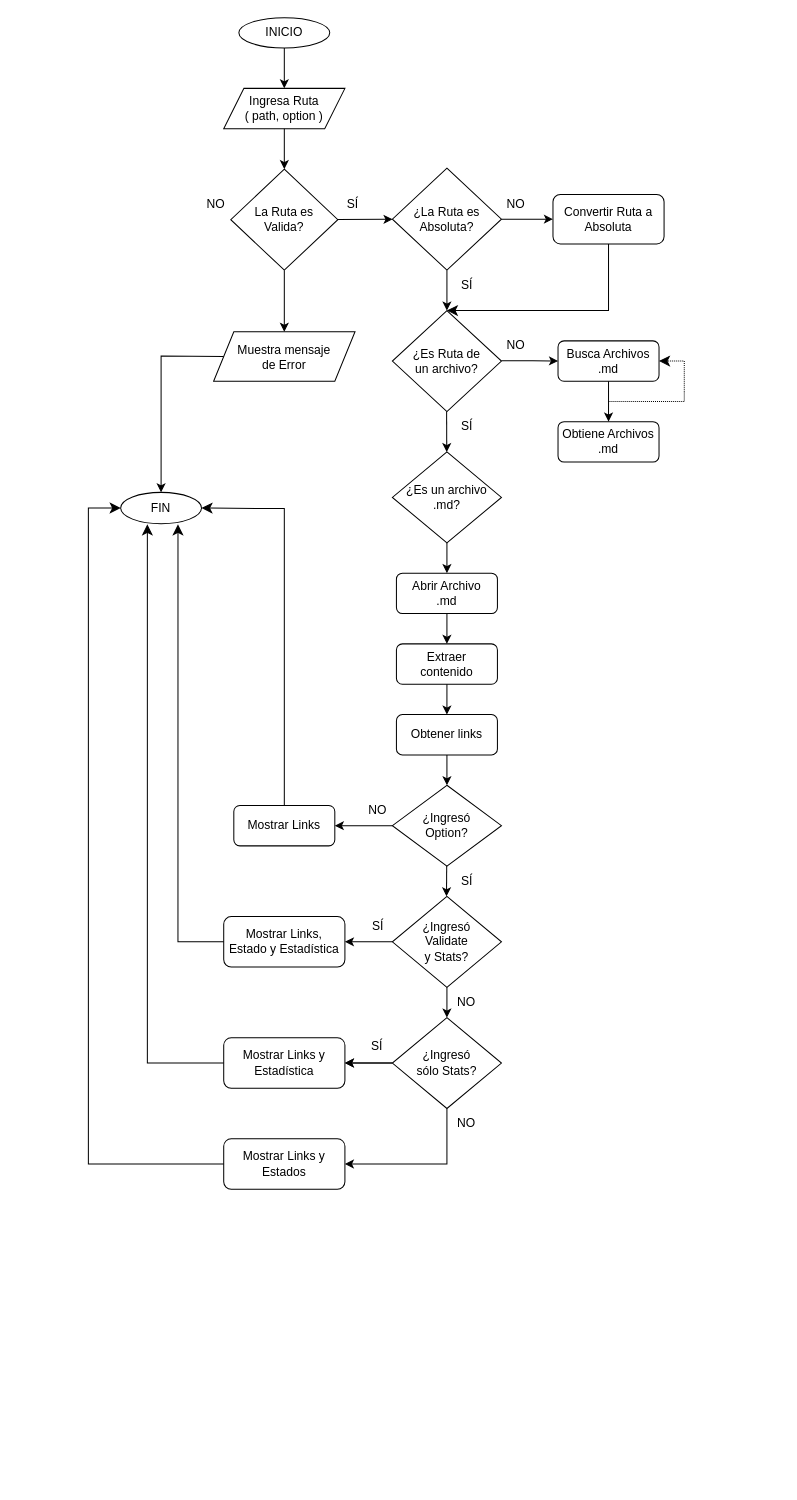
Earlier version of the draw.io diagram MDLink.drawio (NellyCN/DEV003-md-links). Source tidied: cells renumbered, new cells numbered last; positions are measured from the earlier drawing's top-left corner, leaving out a move shared by most shapes. Both pictures are drawn from the tidied source at 101%, with x=0, y=0 at pixel (88, 17).
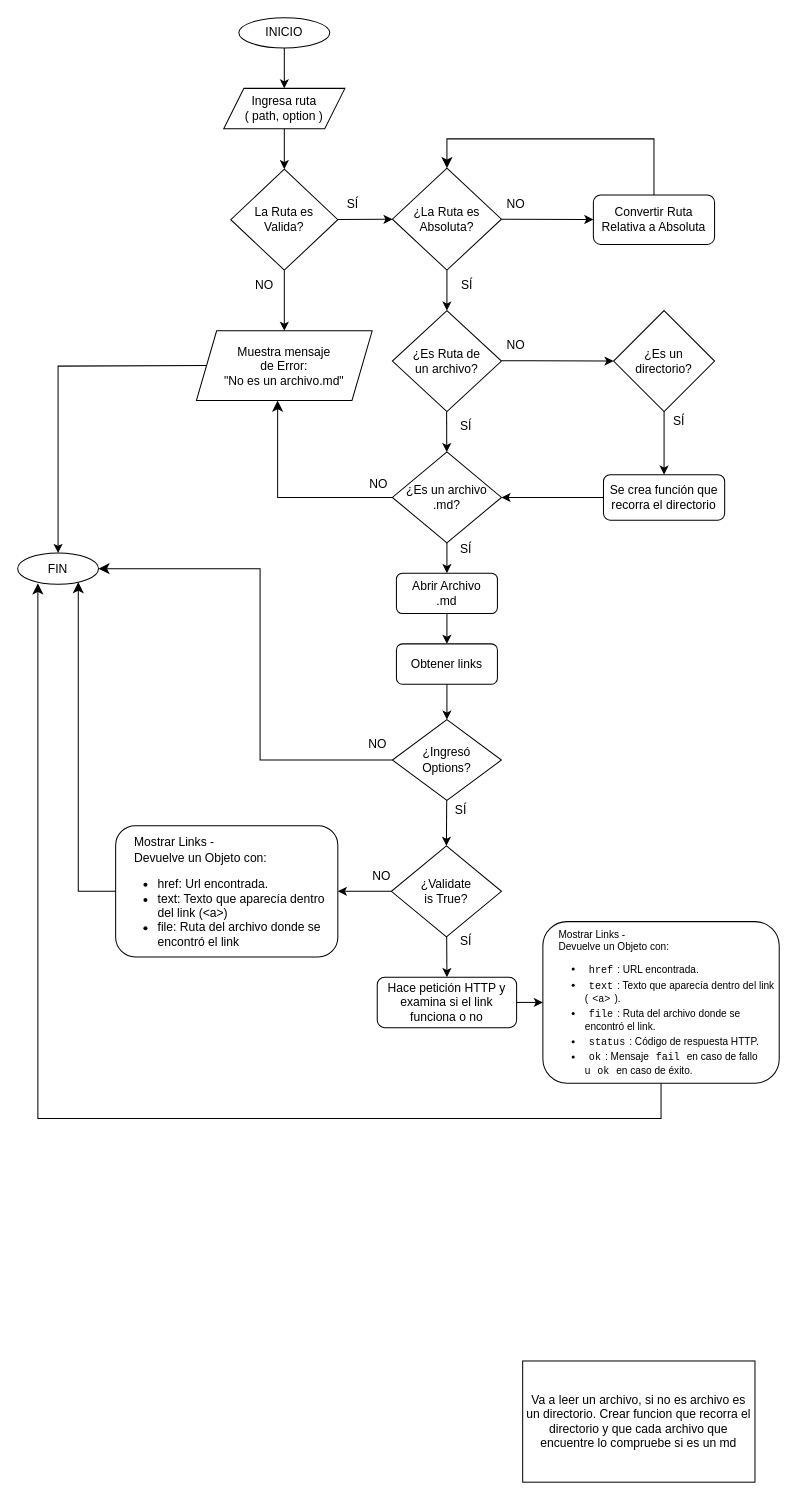
The same diagram, later.

Unchanged cells that the change refers to:
```xml
<mxCell id="13" value="¿La Ruta es Absoluta?" style="rhombus;whiteSpace=wrap;html=1;" parent="1" vertex="1">
  <mxGeometry x="301" y="149" width="108" height="101" as="geometry" />
</mxCell>
<mxCell id="20" value="¿Es Ruta de&lt;br&gt;un archivo?" style="rhombus;whiteSpace=wrap;html=1;" parent="1" vertex="1">
  <mxGeometry x="301" y="290" width="108" height="100" as="geometry" />
</mxCell>
<mxCell id="30" value="¿Es un&amp;nbsp;archivo&lt;br&gt;.md?" style="rhombus;whiteSpace=wrap;html=1;" parent="1" vertex="1">
  <mxGeometry x="301" y="430" width="108" height="90" as="geometry" />
</mxCell>
<mxCell id="31" value="Abrir Archivo &lt;br&gt;.md" style="rounded=1;whiteSpace=wrap;html=1;" parent="1" vertex="1">
  <mxGeometry x="305" y="550" width="100" height="40" as="geometry" />
</mxCell>
```

Change to the diagram source:
```diff
@@
-    <mxCell id="3" value="Ingresa Ruta&lt;br&gt;( path, option )" style="shape=parallelogram;perimeter=parallelogramPerimeter;whiteSpace=wrap;html=1;fixedSize=1;" parent="1" vertex="1">
+    <mxCell id="3" value="Ingresa ruta&lt;br&gt;( path, option )" style="shape=parallelogram;perimeter=parallelogramPerimeter;whiteSpace=wrap;html=1;fixedSize=1;" parent="1" vertex="1">
       <mxGeometry x="134" y="70" width="120" height="40" as="geometry" />
     </mxCell>
@@
     <mxCell id="9" value="NO" style="text;strokeColor=none;align=center;fillColor=none;html=1;verticalAlign=middle;whiteSpace=wrap;rounded=0;" parent="1" vertex="1">
-      <mxGeometry x="112" y="170" width="29" height="30" as="geometry" />
+      <mxGeometry x="160" y="250" width="29" height="30" as="geometry" />
     </mxCell>
@@
-    <mxCell id="11" value="Convertir Ruta a Absoluta" style="rounded=1;whiteSpace=wrap;html=1;" parent="1" vertex="1">
-      <mxGeometry x="460" y="175" width="110" height="49" as="geometry" />
+    <mxCell id="11" value="Convertir Ruta Relativa a Absoluta" style="rounded=1;whiteSpace=wrap;html=1;" parent="1" vertex="1">
+      <mxGeometry x="500" y="175.5" width="120" height="49" as="geometry" />
     </mxCell>
-    <mxCell id="12" value="Busca Archivos .md" style="rounded=1;whiteSpace=wrap;html=1;" parent="1" vertex="1">
-      <mxGeometry x="465" y="320" width="100" height="40" as="geometry" />
-    </mxCell>
@@
     <mxCell id="14" style="endArrow=classic;html=1;rounded=0;startArrow=none;entryX=0.5;entryY=0;entryDx=0;entryDy=0;exitX=0;exitY=0.5;exitDx=0;exitDy=0;" parent="1" edge="1" source="21" target="15">
       <mxGeometry relative="1" as="geometry">
         <Array as="points">
-          <mxPoint x="72" y="335" />
+          <mxPoint x="-30" y="345" />
         </Array>
       </mxGeometry>
     </mxCell>
     <mxCell id="15" value="FIN" style="ellipse;whiteSpace=wrap;html=1;" parent="1" vertex="1">
-      <mxGeometry x="32" y="470" width="80" height="31" as="geometry" />
+      <mxGeometry x="-70" y="530" width="80" height="31" as="geometry" />
     </mxCell>
@@
-    <mxCell id="21" value="Muestra mensaje&lt;br&gt;de Error" style="shape=parallelogram;perimeter=parallelogramPerimeter;whiteSpace=wrap;html=1;fixedSize=1;" parent="1" vertex="1">
-      <mxGeometry x="124" y="311" width="140" height="49" as="geometry" />
+    <mxCell id="21" value="Muestra mensaje&lt;br&gt;de Error: &lt;br&gt;&quot;No es un archivo.md&quot;" style="shape=parallelogram;perimeter=parallelogramPerimeter;whiteSpace=wrap;html=1;fixedSize=1;" parent="1" vertex="1">
+      <mxGeometry x="107" y="310" width="174" height="69" as="geometry" />
     </mxCell>
-    <mxCell id="22" style="endArrow=classic;html=1;rounded=0;exitX=1;exitY=0.5;exitDx=0;exitDy=0;entryX=0;entryY=0.5;entryDx=0;entryDy=0;" parent="1" edge="1" target="12">
+    <mxCell id="22" style="endArrow=classic;html=1;rounded=0;exitX=1;exitY=0.5;exitDx=0;exitDy=0;entryX=0;entryY=0.5;entryDx=0;entryDy=0;" parent="1" edge="1" target="63">
       <mxGeometry relative="1" as="geometry">
         <mxPoint x="409" y="339.7" as="sourcePoint" />
         <Array as="points">
           <mxPoint x="440" y="339.7" />
         </Array>
       </mxGeometry>
     </mxCell>
@@
     <mxCell id="24" value="SÍ" style="text;strokeColor=none;align=center;fillColor=none;html=1;verticalAlign=middle;whiteSpace=wrap;rounded=0;" parent="1" vertex="1">
-      <mxGeometry x="360" y="390" width="30" height="30" as="geometry" />
+      <mxGeometry x="359" y="390" width="30" height="30" as="geometry" />
     </mxCell>
@@
-    <mxCell id="26" value="Obtiene Archivos .md" style="rounded=1;whiteSpace=wrap;html=1;" parent="1" vertex="1">
-      <mxGeometry x="465" y="400" width="100" height="40" as="geometry" />
+    <mxCell id="26" value="Se crea función que recorra el directorio" style="rounded=1;whiteSpace=wrap;html=1;" parent="1" vertex="1">
+      <mxGeometry x="510" y="452.5" width="120" height="45" as="geometry" />
     </mxCell>
-    <mxCell id="27" style="edgeStyle=segmentEdgeStyle;endArrow=classic;html=1;curved=0;rounded=0;endSize=8;startSize=8;exitX=0.5;exitY=1;exitDx=0;exitDy=0;entryX=0.5;entryY=0;entryDx=0;entryDy=0;" parent="1" edge="1" source="11" target="20">
+    <mxCell id="27" style="edgeStyle=segmentEdgeStyle;endArrow=classic;html=1;curved=0;rounded=0;endSize=8;startSize=8;exitX=0.5;exitY=0;exitDx=0;exitDy=0;" parent="1" edge="1" source="11" target="13">
       <mxGeometry relative="1" as="geometry">
         <Array as="points">
-          <mxPoint x="515" y="290" />
+          <mxPoint x="560" y="120" />
+          <mxPoint x="355" y="120" />
         </Array>
       </mxGeometry>
     </mxCell>
-    <mxCell id="28" style="endArrow=classic;html=1;rounded=0;exitX=0.5;exitY=1;exitDx=0;exitDy=0;entryX=0.5;entryY=0;entryDx=0;entryDy=0;" parent="1" edge="1" source="12" target="26">
+    <mxCell id="28" style="endArrow=classic;html=1;rounded=0;exitX=0.5;exitY=1;exitDx=0;exitDy=0;entryX=0.5;entryY=0;entryDx=0;entryDy=0;" parent="1" edge="1" source="63" target="26">
       <mxGeometry relative="1" as="geometry" />
     </mxCell>
-    <mxCell id="29" style="edgeStyle=elbowEdgeStyle;elbow=horizontal;endArrow=classic;html=1;curved=0;rounded=0;endSize=8;startSize=8;entryX=1;entryY=0.5;entryDx=0;entryDy=0;dashed=1;dashPattern=1 1;" parent="1" edge="1" target="12">
-      <mxGeometry relative="1" as="geometry">
-        <mxPoint x="515" y="380" as="sourcePoint" />
-        <Array as="points">
-          <mxPoint x="590" y="380" />
-        </Array>
-      </mxGeometry>
-    </mxCell>
@@
-    <mxCell id="32" value="Extraer &lt;br&gt;contenido" style="rounded=1;whiteSpace=wrap;html=1;" parent="1" vertex="1">
-      <mxGeometry x="305" y="620" width="100" height="40" as="geometry" />
-    </mxCell>
     <mxCell id="33" value="Obtener links" style="rounded=1;whiteSpace=wrap;html=1;" parent="1" vertex="1">
-      <mxGeometry x="305" y="690" width="100" height="40" as="geometry" />
+      <mxGeometry x="305" y="620" width="100" height="40" as="geometry" />
     </mxCell>
@@
-    <mxCell id="35" style="endArrow=classic;html=1;rounded=0;" parent="1" edge="1" source="31" target="32">
-      <mxGeometry relative="1" as="geometry" />
+    <mxCell id="35" style="endArrow=classic;html=1;rounded=0;" parent="1" edge="1" source="31">
+      <mxGeometry relative="1" as="geometry">
+        <mxPoint x="355" y="620" as="targetPoint" />
+      </mxGeometry>
     </mxCell>
-    <mxCell id="36" style="endArrow=classic;html=1;rounded=0;exitX=0.5;exitY=1;exitDx=0;exitDy=0;" parent="1" edge="1" source="32" target="33">
-      <mxGeometry relative="1" as="geometry" />
-    </mxCell>
@@
-    <mxCell id="38" value="¿Ingresó &lt;br&gt;Option?" style="rhombus;whiteSpace=wrap;html=1;" parent="1" vertex="1">
-      <mxGeometry x="301" y="760" width="108" height="80" as="geometry" />
+    <mxCell id="38" value="¿Ingresó &lt;br&gt;Options?" style="rhombus;whiteSpace=wrap;html=1;" parent="1" vertex="1">
+      <mxGeometry x="301" y="695" width="108" height="80" as="geometry" />
     </mxCell>
-    <mxCell id="39" style="endArrow=classic;html=1;rounded=0;" parent="1" edge="1" source="38">
-      <mxGeometry relative="1" as="geometry">
-        <mxPoint x="354.6" y="870" as="targetPoint" />
-      </mxGeometry>
+    <mxCell id="39" style="endArrow=classic;html=1;rounded=0;entryX=0.5;entryY=0;entryDx=0;entryDy=0;" parent="1" edge="1" source="38" target="45">
+      <mxGeometry relative="1" as="geometry" />
     </mxCell>
     <mxCell id="40" value="SÍ" style="text;strokeColor=none;align=center;fillColor=none;html=1;verticalAlign=middle;whiteSpace=wrap;rounded=0;" parent="1" vertex="1">
-      <mxGeometry x="271.5" y="885" width="30" height="30" as="geometry" />
+      <mxGeometry x="359" y="900" width="30" height="30" as="geometry" />
     </mxCell>
     <mxCell id="41" value="SÍ" style="text;strokeColor=none;align=center;fillColor=none;html=1;verticalAlign=middle;whiteSpace=wrap;rounded=0;" parent="1" vertex="1">
-      <mxGeometry x="360" y="840" width="30" height="30" as="geometry" />
+      <mxGeometry x="354" y="770" width="30" height="30" as="geometry" />
     </mxCell>
-    <mxCell id="42" value="Mostrar Links" style="rounded=1;whiteSpace=wrap;html=1;" parent="1" vertex="1">
-      <mxGeometry x="144" y="780" width="100" height="40" as="geometry" />
-    </mxCell>
-    <mxCell id="43" style="endArrow=classic;html=1;rounded=0;" parent="1" edge="1" source="38" target="42">
-      <mxGeometry relative="1" as="geometry" />
-    </mxCell>
     <mxCell id="44" value="NO" style="text;strokeColor=none;align=center;fillColor=none;html=1;verticalAlign=middle;whiteSpace=wrap;rounded=0;" parent="1" vertex="1">
-      <mxGeometry x="272" y="770" width="29" height="30" as="geometry" />
+      <mxGeometry x="272" y="705" width="29" height="30" as="geometry" />
     </mxCell>
-    <mxCell id="45" value="¿Ingresó &lt;br&gt;Validate &lt;br&gt;y Stats?" style="rhombus;whiteSpace=wrap;html=1;" parent="1" vertex="1">
-      <mxGeometry x="301" y="870" width="108" height="90" as="geometry" />
+    <mxCell id="45" value="¿Validate &lt;br&gt;is True?" style="rhombus;whiteSpace=wrap;html=1;" parent="1" vertex="1">
+      <mxGeometry x="300" y="820" width="109" height="90" as="geometry" />
     </mxCell>
-    <mxCell id="46" style="endArrow=classic;html=1;rounded=0;" parent="1" edge="1" source="45">
-      <mxGeometry relative="1" as="geometry">
-        <mxPoint x="355" y="990" as="targetPoint" />
-      </mxGeometry>
+    <mxCell id="46" style="endArrow=classic;html=1;rounded=0;entryX=0.5;entryY=0;entryDx=0;entryDy=0;" parent="1" edge="1" source="45" target="70">
+      <mxGeometry relative="1" as="geometry" />
     </mxCell>
-    <mxCell id="47" value="Mostrar Links, &lt;br&gt;Estado y Estadística" style="rounded=1;whiteSpace=wrap;html=1;" parent="1" vertex="1">
-      <mxGeometry x="134" y="890" width="120" height="50" as="geometry" />
-    </mxCell>
-    <mxCell id="48" style="endArrow=classic;html=1;rounded=0;" parent="1" edge="1" source="45" target="47">
+    <mxCell id="48" style="endArrow=classic;html=1;rounded=0;" parent="1" edge="1" source="45" target="68">
       <mxGeometry relative="1" as="geometry" />
     </mxCell>
     <mxCell id="49" value="NO" style="text;strokeColor=none;align=center;fillColor=none;html=1;verticalAlign=middle;whiteSpace=wrap;rounded=0;" parent="1" vertex="1">
-      <mxGeometry x="360" y="960" width="29" height="30" as="geometry" />
+      <mxGeometry x="276" y="835" width="29" height="30" as="geometry" />
     </mxCell>
-    <mxCell id="50" value="SÍ" style="text;strokeColor=none;align=center;fillColor=none;html=1;verticalAlign=middle;whiteSpace=wrap;rounded=0;" parent="1" vertex="1">
-      <mxGeometry x="271" y="1004" width="30" height="30" as="geometry" />
-    </mxCell>
-    <mxCell id="51" style="edgeStyle=orthogonalEdgeStyle;rounded=0;jettySize=auto;html=1;" parent="1" edge="1" source="52" target="53">
-      <mxGeometry relative="1" as="geometry" />
-    </mxCell>
-    <mxCell id="52" value="¿Ingresó &lt;br&gt;sólo Stats?" style="rhombus;whiteSpace=wrap;html=1;" parent="1" vertex="1">
-      <mxGeometry x="301" y="990" width="108" height="90" as="geometry" />
-    </mxCell>
-    <mxCell id="53" value="Mostrar Links y Estadística" style="rounded=1;whiteSpace=wrap;html=1;" parent="1" vertex="1">
-      <mxGeometry x="134" y="1010" width="120" height="50" as="geometry" />
-    </mxCell>
-    <mxCell id="54" style="endArrow=classic;html=1;rounded=0;exitX=0;exitY=0.5;exitDx=0;exitDy=0;" parent="1" edge="1" source="52" target="53">
-      <mxGeometry relative="1" as="geometry" />
-    </mxCell>
-    <mxCell id="55" style="edgeStyle=orthogonalEdgeStyle;rounded=0;jettySize=auto;html=1;exitX=0.5;exitY=1;exitDx=0;exitDy=0;entryX=1;entryY=0.5;entryDx=0;entryDy=0;" parent="1" edge="1" source="52" target="57">
-      <mxGeometry relative="1" as="geometry" />
-    </mxCell>
+    <mxCell id="59" style="edgeStyle=segmentEdgeStyle;endArrow=classic;html=1;curved=0;rounded=0;endSize=8;startSize=8;exitX=0.5;exitY=1;exitDx=0;exitDy=0;" parent="1" edge="1" source="69">
+      <mxGeometry relative="1" as="geometry">
+        <mxPoint x="-50" y="560" as="targetPoint" />
+        <Array as="points">
+          <mxPoint x="567" y="1090" />
+          <mxPoint x="-50" y="1090" />
+          <mxPoint x="-50" y="560" />
+        </Array>
+      </mxGeometry>
+    </mxCell>
+    <mxCell id="62" value="Va a leer un archivo, si no es archivo es un directorio. Crear funcion que recorra el directorio y que cada archivo que encuentre lo compruebe si es un md" style="whiteSpace=wrap;html=1;" parent="1" vertex="1">
+      <mxGeometry x="430" y="1330" width="230" height="120" as="geometry" />
+    </mxCell>
+    <mxCell id="63" value="¿Es un &lt;br&gt;directorio?" style="rhombus;whiteSpace=wrap;html=1;" parent="1" vertex="1">
+      <mxGeometry x="520" y="290" width="100" height="100" as="geometry" />
+    </mxCell>
+    <mxCell id="64" value="SÍ" style="text;strokeColor=none;align=center;fillColor=none;html=1;verticalAlign=middle;whiteSpace=wrap;rounded=0;" parent="1" vertex="1">
+      <mxGeometry x="570" y="385" width="30" height="30" as="geometry" />
+    </mxCell>
+    <mxCell id="65" style="endArrow=classic;html=1;rounded=0;entryX=1;entryY=0.5;entryDx=0;entryDy=0;exitX=0;exitY=0.5;exitDx=0;exitDy=0;" parent="1" edge="1" source="26" target="30">
+      <mxGeometry relative="1" as="geometry" />
+    </mxCell>
+    <mxCell id="66" value="SÍ" style="text;strokeColor=none;align=center;fillColor=none;html=1;verticalAlign=middle;whiteSpace=wrap;rounded=0;" parent="1" vertex="1">
+      <mxGeometry x="359" y="512" width="30" height="30" as="geometry" />
+    </mxCell>
+    <mxCell id="67" style="edgeStyle=segmentEdgeStyle;endArrow=classic;html=1;curved=0;rounded=0;endSize=8;startSize=8;entryX=0.462;entryY=1.002;entryDx=0;entryDy=0;entryPerimeter=0;exitX=0;exitY=0.5;exitDx=0;exitDy=0;" parent="1" edge="1" source="30" target="21">
+      <mxGeometry relative="1" as="geometry">
+        <Array as="points">
+          <mxPoint x="187" y="475" />
+        </Array>
+      </mxGeometry>
+    </mxCell>
     <mxCell id="56" value="NO" style="text;strokeColor=none;align=center;fillColor=none;html=1;verticalAlign=middle;whiteSpace=wrap;rounded=0;" parent="1" vertex="1">
-      <mxGeometry x="360" y="1080" width="29" height="30" as="geometry" />
+      <mxGeometry x="272.5" y="447" width="29" height="30" as="geometry" />
     </mxCell>
-    <mxCell id="57" value="Mostrar Links y Estados" style="rounded=1;whiteSpace=wrap;html=1;" parent="1" vertex="1">
-      <mxGeometry x="134" y="1110" width="120" height="50" as="geometry" />
-    </mxCell>
-    <mxCell id="58" style="edgeStyle=segmentEdgeStyle;endArrow=classic;html=1;curved=0;rounded=0;endSize=8;startSize=8;entryX=1;entryY=0.5;entryDx=0;entryDy=0;" parent="1" edge="1" source="42" target="15">
-      <mxGeometry relative="1" as="geometry">
-        <Array as="points">
-          <mxPoint x="194" y="486" />
-          <mxPoint x="180" y="486" />
-        </Array>
-      </mxGeometry>
-    </mxCell>
-    <mxCell id="59" style="edgeStyle=segmentEdgeStyle;endArrow=classic;html=1;curved=0;rounded=0;endSize=8;startSize=8;exitX=0;exitY=0.5;exitDx=0;exitDy=0;entryX=0.709;entryY=1.02;entryDx=0;entryDy=0;entryPerimeter=0;" parent="1" edge="1" source="47" target="15">
-      <mxGeometry relative="1" as="geometry" />
-    </mxCell>
-    <mxCell id="60" style="edgeStyle=segmentEdgeStyle;endArrow=classic;html=1;curved=0;rounded=0;endSize=8;startSize=8;exitX=0;exitY=0.5;exitDx=0;exitDy=0;entryX=0.33;entryY=1.02;entryDx=0;entryDy=0;entryPerimeter=0;" parent="1" edge="1" source="53" target="15">
-      <mxGeometry relative="1" as="geometry" />
-    </mxCell>
-    <mxCell id="61" style="edgeStyle=segmentEdgeStyle;endArrow=classic;html=1;curved=0;rounded=0;endSize=8;startSize=8;entryX=0;entryY=0.5;entryDx=0;entryDy=0;" parent="1" edge="1" source="57" target="15">
-      <mxGeometry relative="1" as="geometry">
-        <Array as="points">
-          <mxPoint y="1135" />
-          <mxPoint y="486" />
-          <mxPoint x="32" y="486" />
-        </Array>
-      </mxGeometry>
-    </mxCell>
+    <mxCell id="68" value="&lt;br&gt;&amp;nbsp; &amp;nbsp; &amp;nbsp;Mostrar Links - &lt;br&gt;&amp;nbsp; &amp;nbsp; &amp;nbsp;Devuelve un Objeto con:&lt;br&gt;&lt;ul&gt;&lt;li&gt;href: Url encontrada.&lt;/li&gt;&lt;li&gt;text: Texto que aparecía dentro del link (&amp;lt;a&amp;gt;)&lt;/li&gt;&lt;li&gt;file: Ruta del archivo donde se encontró el link&lt;/li&gt;&lt;/ul&gt;" style="rounded=1;whiteSpace=wrap;html=1;align=left;" parent="1" vertex="1">
+      <mxGeometry x="27" y="800" width="220" height="130" as="geometry" />
+    </mxCell>
+    <mxCell id="69" value="&lt;font style=&quot;font-size: 10px;&quot;&gt;&lt;br style=&quot;font-size: 10px;&quot;&gt;&amp;nbsp; &amp;nbsp; &amp;nbsp;Mostrar Links - &lt;br style=&quot;font-size: 10px;&quot;&gt;&amp;nbsp; &amp;nbsp; &amp;nbsp;Devuelve un Objeto con:&lt;br style=&quot;font-size: 10px;&quot;&gt;&lt;/font&gt;&lt;ul style=&quot;font-size: 10px;&quot;&gt;&lt;li style=&quot;box-sizing: border-box; font-size: 10px;&quot;&gt;&lt;font face=&quot;Helvetica&quot; style=&quot;font-size: 10px;&quot;&gt;&lt;code style=&quot;box-sizing: border-box; padding: 0.2em 0.4em; margin: 0px; background-color: var(--color-neutral-muted); border-radius: 6px; font-size: 10px;&quot;&gt;href&lt;/code&gt;: URL encontrada.&lt;/font&gt;&lt;/li&gt;&lt;li style=&quot;box-sizing: border-box; margin-top: 0.25em; font-size: 10px;&quot;&gt;&lt;font face=&quot;Helvetica&quot; style=&quot;font-size: 10px;&quot;&gt;&lt;code style=&quot;box-sizing: border-box; padding: 0.2em 0.4em; margin: 0px; background-color: var(--color-neutral-muted); border-radius: 6px; font-size: 10px;&quot;&gt;text&lt;/code&gt;: Texto que aparecía dentro del link (&lt;code style=&quot;box-sizing: border-box; padding: 0.2em 0.4em; margin: 0px; background-color: var(--color-neutral-muted); border-radius: 6px; font-size: 10px;&quot;&gt;&amp;lt;a&amp;gt;&lt;/code&gt;).&lt;/font&gt;&lt;/li&gt;&lt;li style=&quot;box-sizing: border-box; margin-top: 0.25em; font-size: 10px;&quot;&gt;&lt;font face=&quot;Helvetica&quot; style=&quot;font-size: 10px;&quot;&gt;&lt;code style=&quot;box-sizing: border-box; padding: 0.2em 0.4em; margin: 0px; background-color: var(--color-neutral-muted); border-radius: 6px; font-size: 10px;&quot;&gt;file&lt;/code&gt;: Ruta del archivo donde se encontró el link.&lt;/font&gt;&lt;/li&gt;&lt;li style=&quot;box-sizing: border-box; margin-top: 0.25em; font-size: 10px;&quot;&gt;&lt;font face=&quot;Helvetica&quot; style=&quot;font-size: 10px;&quot;&gt;&lt;code style=&quot;box-sizing: border-box; padding: 0.2em 0.4em; margin: 0px; background-color: var(--color-neutral-muted); border-radius: 6px; font-size: 10px;&quot;&gt;status&lt;/code&gt;: Código de respuesta HTTP.&lt;/font&gt;&lt;/li&gt;&lt;li style=&quot;box-sizing: border-box; margin-top: 0.25em; font-size: 10px;&quot;&gt;&lt;font style=&quot;font-size: 10px;&quot; face=&quot;Helvetica&quot;&gt;&lt;code style=&quot;box-sizing: border-box; padding: 0.2em 0.4em; margin: 0px; background-color: var(--color-neutral-muted); border-radius: 6px; font-size: 10px;&quot;&gt;ok&lt;/code&gt;: Mensaje&amp;nbsp;&lt;code style=&quot;box-sizing: border-box; padding: 0.2em 0.4em; margin: 0px; background-color: var(--color-neutral-muted); border-radius: 6px; font-size: 10px;&quot;&gt;fail&lt;/code&gt;&amp;nbsp;en caso de fallo u&amp;nbsp;&lt;code style=&quot;box-sizing: border-box; padding: 0.2em 0.4em; margin: 0px; background-color: var(--color-neutral-muted); border-radius: 6px; font-size: 10px;&quot;&gt;ok&lt;/code&gt;&amp;nbsp;en caso de éxito.&lt;/font&gt;&lt;/li&gt;&lt;/ul&gt;" style="rounded=1;whiteSpace=wrap;html=1;align=left;fontSize=10;" parent="1" vertex="1">
+      <mxGeometry x="450" y="895" width="234" height="160" as="geometry" />
+    </mxCell>
+    <mxCell id="70" value="Hace petición HTTP y examina si el link &lt;br&gt;funciona o no" style="rounded=1;whiteSpace=wrap;html=1;" parent="1" vertex="1">
+      <mxGeometry x="286" y="950" width="138" height="50" as="geometry" />
+    </mxCell>
+    <mxCell id="71" style="endArrow=classic;html=1;rounded=0;exitX=1;exitY=0.5;exitDx=0;exitDy=0;entryX=0;entryY=0.5;entryDx=0;entryDy=0;" parent="1" edge="1" source="70" target="69">
+      <mxGeometry relative="1" as="geometry" />
+    </mxCell>
+    <mxCell id="72" style="edgeStyle=segmentEdgeStyle;endArrow=classic;html=1;curved=0;rounded=0;endSize=8;startSize=8;entryX=1;entryY=0.5;entryDx=0;entryDy=0;exitX=1;exitY=1;exitDx=0;exitDy=0;" parent="1" edge="1" source="44" target="15">
+      <mxGeometry relative="1" as="geometry">
+        <Array as="points">
+          <mxPoint x="170" y="735" />
+          <mxPoint x="170" y="546" />
+        </Array>
+      </mxGeometry>
+    </mxCell>
+    <mxCell id="73" style="edgeStyle=segmentEdgeStyle;endArrow=classic;html=1;curved=0;rounded=0;endSize=8;startSize=8;exitX=0;exitY=0.5;exitDx=0;exitDy=0;" parent="1" edge="1" source="68" target="15">
+      <mxGeometry relative="1" as="geometry">
+        <Array as="points">
+          <mxPoint x="-10" y="865" />
+        </Array>
+      </mxGeometry>
+    </mxCell>
```
